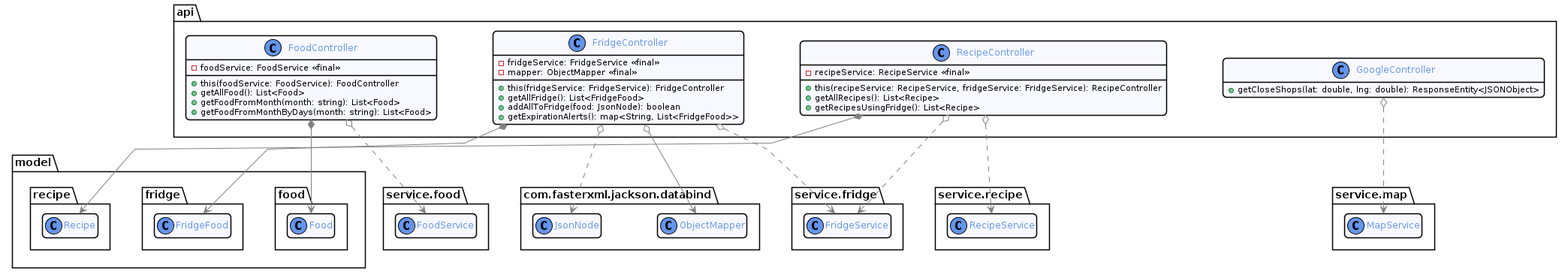
Before: docs/diagram/out/api.png, a diagram exported from PlantUML (romainvacheret/wadge-backend).
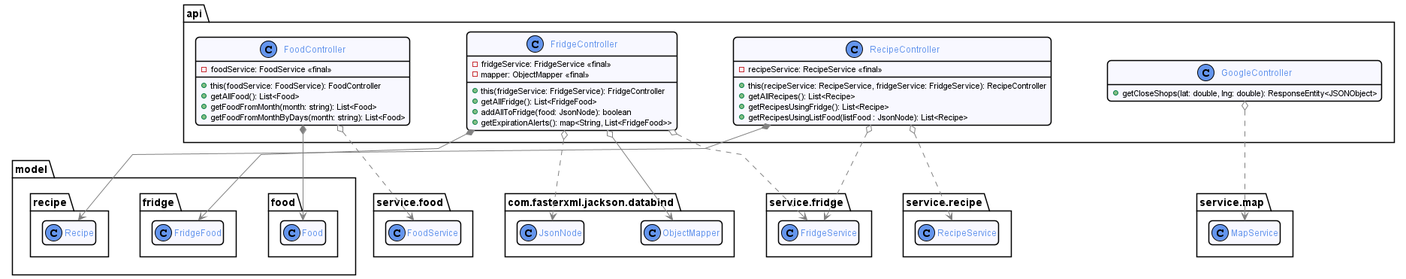
Above is the later version.

Change to the diagram source:
```diff
@@ -59,6 +59,7 @@
         + this(recipeService: RecipeService, fridgeService: FridgeService): RecipeController
         + getAllRecipes(): List<Recipe>
         + getRecipesUsingFridge(): List<Recipe>
+        + getRecipesUsingListFood(listFood : JsonNode): List<Recipe>
     }
 
     class GoogleController {
```
